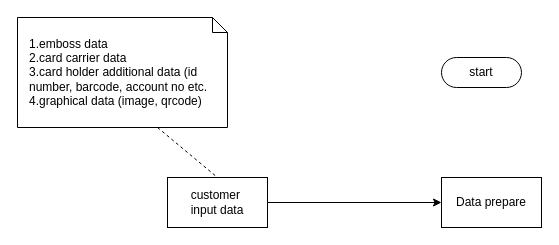
The draw.io diagram page "centralize model" (1 of 3) of SmartCPSDesignSystem.drawio in delphihero/MyDocument, before the edit. Source tidied: cells renumbered, new cells numbered last; positions are measured from the earlier drawing's top-left corner, leaving out a move shared by most shapes. Both pictures are drawn from the tidied source at 100%, with x=0, y=0 at pixel (17, 17).
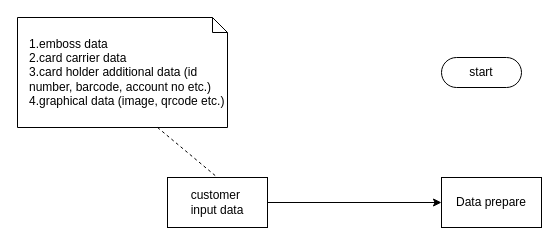
The same diagram, later.

The edit, as a diff of the source:
```diff
@@
 <mxGraphModel>
   <root>
     <mxCell id="0" />
     <mxCell id="1" parent="0" />
     <mxCell id="2" value="start" style="html=1;dashed=0;whiteSpace=wrap;shape=mxgraph.dfd.start;" parent="1" vertex="1">
       <mxGeometry x="424" y="40" width="80" height="30" as="geometry" />
     </mxCell>
     <mxCell id="3" value="Data prepare" style="html=1;dashed=0;whiteSpace=wrap;" parent="1" vertex="1">
       <mxGeometry x="424" y="160" width="100" height="50" as="geometry" />
     </mxCell>
     <mxCell id="4" style="edgeStyle=orthogonalEdgeStyle;rounded=0;jettySize=auto;html=1;" parent="1" edge="1" source="5" target="3">
       <mxGeometry relative="1" as="geometry" />
     </mxCell>
     <mxCell id="5" value="&lt;div&gt;customer&amp;nbsp;&lt;/div&gt;&lt;div&gt;input data&lt;/div&gt;" style="html=1;dashed=0;whiteSpace=wrap;" parent="1" vertex="1">
       <mxGeometry x="150" y="160" width="100" height="50" as="geometry" />
     </mxCell>
-    <mxCell id="6" value="&lt;div&gt;1.emboss data&lt;/div&gt;&lt;div&gt;2.card carrier data&lt;/div&gt;&lt;div&gt;3.card holder additional data (id number, barcode, account no etc.&lt;/div&gt;&lt;div&gt;4.graphical data (image, qrcode)&lt;br&gt;&lt;/div&gt;" style="shape=note;size=15;align=left;spacingLeft=10;html=1;whiteSpace=wrap;" parent="1" vertex="1">
+    <mxCell id="6" value="&lt;div&gt;1.emboss data&lt;/div&gt;&lt;div&gt;2.card carrier data&lt;/div&gt;&lt;div&gt;3.card holder additional data (id number, barcode, account no etc.)&lt;/div&gt;&lt;div&gt;4.graphical data (image, qrcode etc.)&lt;br&gt;&lt;/div&gt;" style="shape=note;size=15;align=left;spacingLeft=10;html=1;whiteSpace=wrap;" parent="1" vertex="1">
       <mxGeometry width="210" height="110" as="geometry" />
     </mxCell>
     <mxCell id="7" style="edgeStyle=none;endArrow=none;exitX=0.667;exitY=1;dashed=1;html=1;rounded=0;entryX=0.5;entryY=0;entryDx=0;entryDy=0;exitDx=0;exitDy=0;exitPerimeter=0;" parent="1" edge="1" source="6" target="5">
       <mxGeometry x="1" relative="1" as="geometry" />
     </mxCell>
   </root>
 </mxGraphModel>
```
